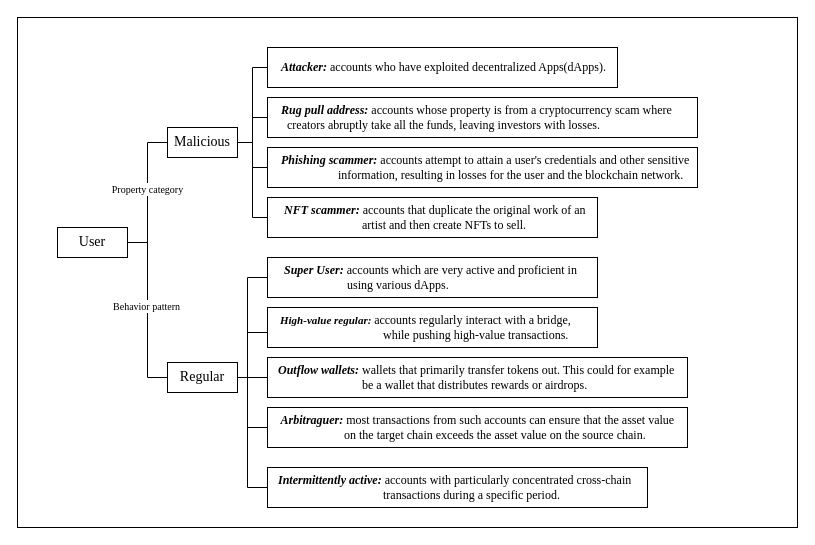
Earlier version of the draw.io diagram 未命名绘图.drawio (newTechToX/cross_chain). Source tidied: cells renumbered, new cells numbered last; positions are measured from the earlier drawing's top-left corner, leaving out a move shared by most shapes. Both pictures are drawn from the tidied source at 100%, with x=0, y=0 at pixel (17, 17).
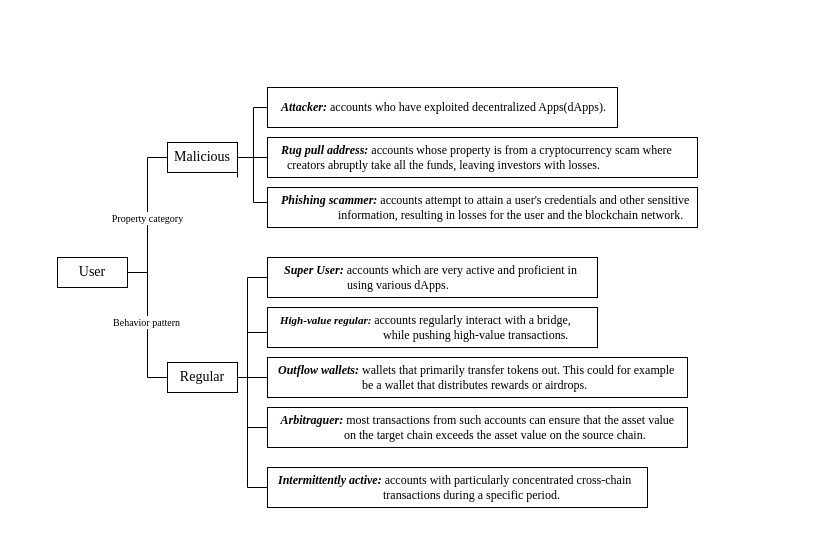
The same page after the edit.

Commit message:
更新未命名绘图.drawio

The change refers to these unchanged cells:
```xml
<mxCell id="5" value="&lt;font face=&quot;Times New Roman&quot; style=&quot;font-size: 14px;&quot;&gt;Regular&lt;/font&gt;" style="rounded=0;whiteSpace=wrap;html=1;" parent="1" vertex="1">
  <mxGeometry x="150" y="345" width="70" height="30" as="geometry" />
</mxCell>
<mxCell id="14" style="endArrow=none;html=1;rounded=0;exitX=1;exitY=0.5;exitDx=0;exitDy=0;entryX=0;entryY=0.5;entryDx=0;entryDy=0;edgeStyle=orthogonalEdgeStyle;" parent="1" edge="1" source="3" target="4">
  <mxGeometry relative="1" as="geometry" />
</mxCell>
```

What changed in the source:
```diff
@@
-    <mxCell id="2" style="rounded=0;whiteSpace=wrap;html=1;" parent="1" vertex="1">
-      <mxGeometry width="780" height="510" as="geometry" />
-    </mxCell>
     <mxCell id="3" value="&lt;font face=&quot;Times New Roman&quot; style=&quot;font-size: 14px;&quot;&gt;User&lt;/font&gt;" style="rounded=0;whiteSpace=wrap;html=1;" parent="1" vertex="1">
-      <mxGeometry x="40" y="210" width="70" height="30" as="geometry" />
+      <mxGeometry x="40" y="240" width="70" height="30" as="geometry" />
     </mxCell>
     <mxCell id="4" value="&lt;font face=&quot;Times New Roman&quot; style=&quot;font-size: 14px;&quot;&gt;Malicious&lt;/font&gt;" style="rounded=0;whiteSpace=wrap;html=1;" parent="1" vertex="1">
-      <mxGeometry x="150" y="110" width="70" height="30" as="geometry" />
+      <mxGeometry x="150" y="125" width="70" height="30" as="geometry" />
     </mxCell>
@@
     <mxCell id="6" value="&lt;font face=&quot;Times New Roman&quot; style=&quot;font-size: 12px;&quot;&gt;&amp;nbsp; &amp;nbsp;&amp;nbsp;&lt;b&gt;&lt;i&gt;Attacker:&lt;/i&gt;&lt;/b&gt;&amp;nbsp;&lt;/font&gt;&lt;font face=&quot;Times New Roman&quot;&gt;accounts who have exploited decentralized Apps(dApps).&lt;/font&gt;" style="rounded=0;whiteSpace=wrap;html=1;align=left;" parent="1" vertex="1">
-      <mxGeometry x="250" y="30" width="350" height="40" as="geometry" />
+      <mxGeometry x="250" y="70" width="350" height="40" as="geometry" />
     </mxCell>
     <mxCell id="7" value="&lt;font face=&quot;Times New Roman&quot;&gt;&amp;nbsp; &amp;nbsp; &lt;b&gt;&lt;i&gt;Rug pull address:&lt;/i&gt;&lt;/b&gt;&amp;nbsp;accounts whose property is from a cryptocurrency scam where &lt;br&gt;&lt;span style=&quot;white-space: pre;&quot;&gt; &lt;/span&gt;&lt;span style=&quot;white-space: pre;&quot;&gt; &lt;/span&gt;&lt;span style=&quot;white-space: pre;&quot;&gt; &lt;/span&gt;&lt;span style=&quot;white-space: pre;&quot;&gt; &lt;/span&gt;&amp;nbsp; creators abruptly take all the funds, leaving investors with losses.&lt;/font&gt;" style="rounded=0;whiteSpace=wrap;html=1;align=left;" parent="1" vertex="1">
-      <mxGeometry x="250" y="80" width="430" height="40" as="geometry" />
+      <mxGeometry x="250" y="120" width="430" height="40" as="geometry" />
     </mxCell>
-    <mxCell id="8" style="endArrow=none;html=1;rounded=0;exitX=1;exitY=0.5;exitDx=0;exitDy=0;entryX=0;entryY=0.5;entryDx=0;entryDy=0;edgeStyle=orthogonalEdgeStyle;" parent="1" edge="1" source="4" target="6">
-      <mxGeometry relative="1" as="geometry" />
+    <mxCell id="8" style="endArrow=none;html=1;rounded=0;entryX=0;entryY=0.5;entryDx=0;entryDy=0;edgeStyle=orthogonalEdgeStyle;" parent="1" edge="1" target="6">
+      <mxGeometry relative="1" as="geometry">
+        <mxPoint x="220" y="140" as="sourcePoint" />
+        <Array as="points">
+          <mxPoint x="236" y="140" />
+          <mxPoint x="236" y="90" />
+        </Array>
+      </mxGeometry>
     </mxCell>
-    <mxCell id="9" style="endArrow=none;html=1;rounded=0;exitX=1;exitY=0.5;exitDx=0;exitDy=0;entryX=0;entryY=0.5;entryDx=0;entryDy=0;edgeStyle=orthogonalEdgeStyle;" parent="1" edge="1" source="4" target="7">
-      <mxGeometry relative="1" as="geometry" />
+    <mxCell id="9" style="endArrow=none;html=1;rounded=0;entryX=0;entryY=0.5;entryDx=0;entryDy=0;edgeStyle=orthogonalEdgeStyle;" parent="1" edge="1" target="7">
+      <mxGeometry relative="1" as="geometry">
+        <mxPoint x="220" y="140" as="sourcePoint" />
+        <Array as="points">
+          <mxPoint x="230" y="140" />
+          <mxPoint x="230" y="140" />
+        </Array>
+      </mxGeometry>
     </mxCell>
@@
     <mxCell id="15" value="&lt;font face=&quot;Times New Roman&quot; style=&quot;font-size: 10px;&quot;&gt;Property category&lt;/font&gt;" style="edgeLabel;html=1;align=center;verticalAlign=middle;" parent="14" vertex="1">
-      <mxGeometry x="0.06" y="1" relative="1" as="geometry" />
+      <mxGeometry x="0.06" y="1" relative="1" as="geometry">
+        <mxPoint y="7" as="offset" />
+      </mxGeometry>
     </mxCell>
     <mxCell id="16" style="endArrow=none;html=1;rounded=0;exitX=1;exitY=0.5;exitDx=0;exitDy=0;entryX=0;entryY=0.5;entryDx=0;entryDy=0;edgeStyle=orthogonalEdgeStyle;" parent="1" edge="1" source="3" target="5">
       <mxGeometry relative="1" as="geometry">
         <Array as="points">
-          <mxPoint x="130" y="225" />
+          <mxPoint x="130" y="255" />
           <mxPoint x="130" y="360" />
         </Array>
       </mxGeometry>
     </mxCell>
@@
     <mxCell id="24" value="&lt;font face=&quot;Times New Roman&quot; style=&quot;font-size: 12px;&quot;&gt;&amp;nbsp; &amp;nbsp;&amp;nbsp;&lt;b&gt;&lt;i&gt;Phishing scammer:&lt;/i&gt;&lt;/b&gt;&amp;nbsp;&lt;/font&gt;&lt;font face=&quot;Times New Roman&quot;&gt;accounts attempt to attain a user's credentials and other sensitive &lt;br&gt;&amp;nbsp; &amp;nbsp; &amp;nbsp; &amp;nbsp; &amp;nbsp; &amp;nbsp; &amp;nbsp; &amp;nbsp; &amp;nbsp; &amp;nbsp; &amp;nbsp; &amp;nbsp;information, resulting in losses for the user and the blockchain network.&lt;/font&gt;" style="rounded=0;whiteSpace=wrap;html=1;align=left;" parent="1" vertex="1">
-      <mxGeometry x="250" y="130" width="430" height="40" as="geometry" />
+      <mxGeometry x="250" y="170" width="430" height="40" as="geometry" />
     </mxCell>
-    <mxCell id="25" value="&lt;font face=&quot;Times New Roman&quot; style=&quot;font-size: 12px;&quot;&gt;&lt;i&gt;&lt;b&gt;&amp;nbsp; &amp;nbsp; &amp;nbsp;NFT scammer:&lt;/b&gt;&amp;nbsp;&lt;/i&gt;&lt;/font&gt;&lt;font face=&quot;Times New Roman&quot;&gt;accounts that duplicate the original work of an &lt;br&gt;&amp;nbsp; &amp;nbsp; &amp;nbsp; &amp;nbsp; &amp;nbsp; &amp;nbsp; &amp;nbsp; &amp;nbsp; &amp;nbsp; &amp;nbsp; &amp;nbsp; &amp;nbsp; &amp;nbsp; &amp;nbsp; &amp;nbsp; &amp;nbsp;artist and then create NFTs to sell.&lt;/font&gt;" style="rounded=0;whiteSpace=wrap;html=1;align=left;" parent="1" vertex="1">
-      <mxGeometry x="250" y="180" width="330" height="40" as="geometry" />
-    </mxCell>
-    <mxCell id="26" style="endArrow=none;html=1;rounded=0;exitX=1;exitY=0.5;exitDx=0;exitDy=0;entryX=0;entryY=0.5;entryDx=0;entryDy=0;edgeStyle=orthogonalEdgeStyle;" parent="1" edge="1" source="4" target="24">
-      <mxGeometry relative="1" as="geometry" />
+    <mxCell id="26" style="endArrow=none;html=1;rounded=0;exitX=1;exitY=0.5;exitDx=0;exitDy=0;entryX=0;entryY=0.5;entryDx=0;entryDy=0;edgeStyle=orthogonalEdgeStyle;" parent="1" edge="1" target="24">
+      <mxGeometry relative="1" as="geometry">
+        <mxPoint x="220" y="160" as="sourcePoint" />
+        <Array as="points">
+          <mxPoint x="220" y="140" />
+          <mxPoint x="236" y="140" />
+          <mxPoint x="236" y="185" />
+        </Array>
+      </mxGeometry>
     </mxCell>
-    <mxCell id="27" style="endArrow=none;html=1;rounded=0;exitX=1;exitY=0.5;exitDx=0;exitDy=0;entryX=0;entryY=0.5;entryDx=0;entryDy=0;edgeStyle=orthogonalEdgeStyle;" parent="1" edge="1" source="4" target="25">
-      <mxGeometry relative="1" as="geometry">
-        <Array as="points">
-          <mxPoint x="235" y="125" />
-          <mxPoint x="235" y="200" />
-        </Array>
-      </mxGeometry>
-    </mxCell>
```
